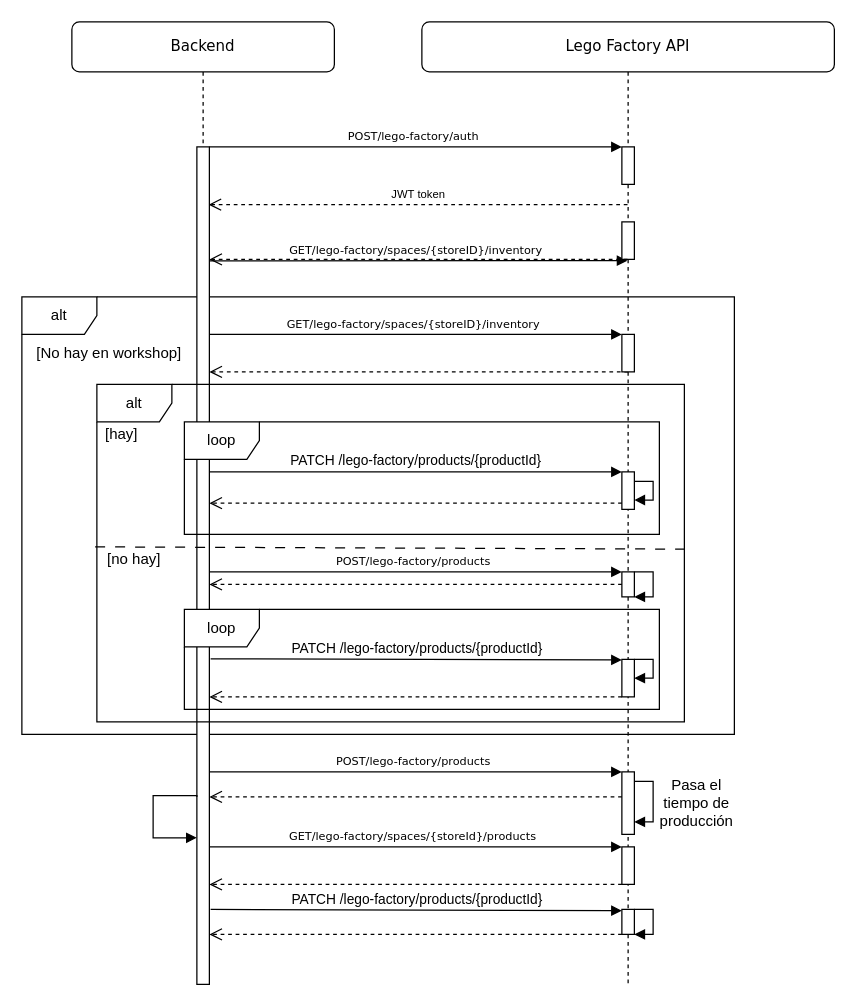
Above: Diagrama sin título.drawio in mariasofiawahl/tinteg (draw.io), before the change. Source tidied: cells renumbered, new cells numbered last; positions are measured from the earlier drawing's top-left corner, leaving out a move shared by most shapes. Both pictures are drawn from the tidied source at 125%, with x=0, y=0 at pixel (21, 21).
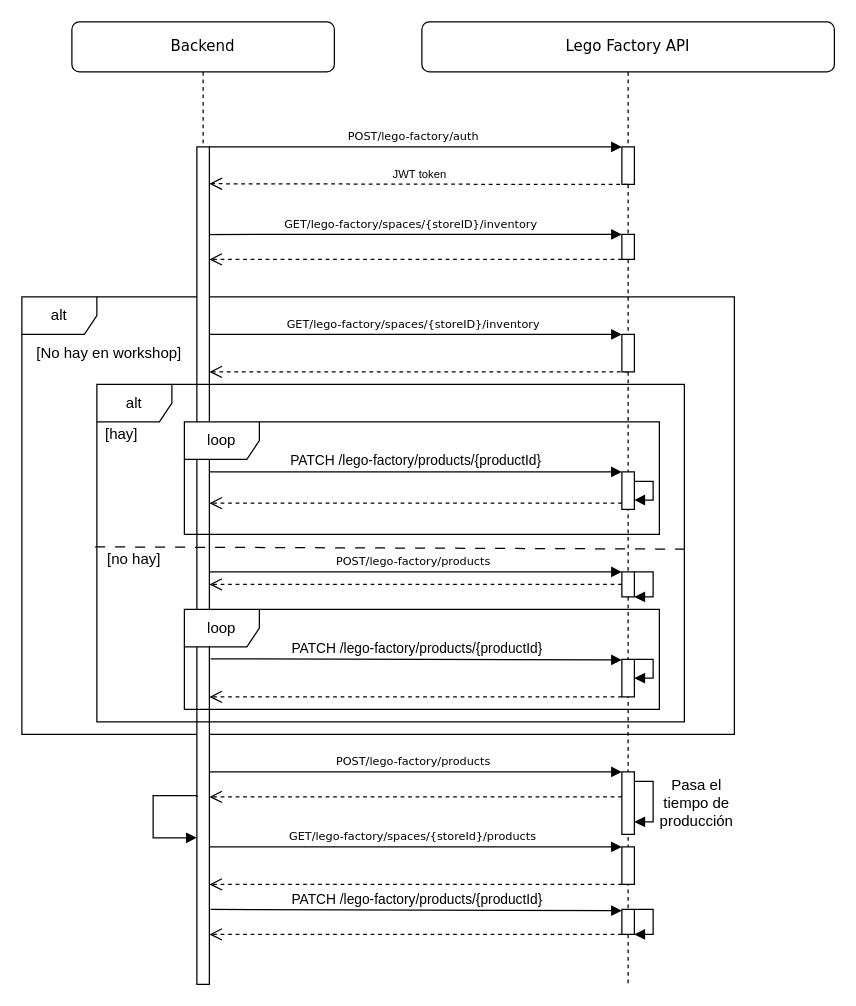
The same diagram, later.

The change refers to these unchanged cells:
```xml
<mxCell id="2" value="Lego Factory API" style="shape=umlLifeline;perimeter=lifelinePerimeter;whiteSpace=wrap;html=1;outlineConnect=0;rounded=1;shadow=0;comic=0;labelBackgroundColor=none;strokeWidth=1;fontFamily=Verdana;fontSize=12;align=center;" parent="1" vertex="1">
  <mxGeometry x="320" width="330" height="770" as="geometry" />
</mxCell>
<mxCell id="9" style="html=1;points=[];perimeter=orthogonalPerimeter;rounded=0;shadow=0;comic=0;labelBackgroundColor=none;strokeWidth=1;fontFamily=Verdana;fontSize=12;align=center;" parent="8" vertex="1">
  <mxGeometry x="100" y="100" width="10" height="670" as="geometry" />
</mxCell>
```

The edit, as a diff of the source:
```diff
@@
-    <mxCell id="4" value="JWT token" style="html=1;verticalAlign=bottom;endArrow=open;dashed=1;endSize=8;curved=0;rounded=0;entryX=0.935;entryY=0.069;entryDx=0;entryDy=0;entryPerimeter=0;fontSize=9;" parent="2" edge="1" source="2" target="9">
-      <mxGeometry relative="1" as="geometry" />
+    <mxCell id="4" value="JWT token" style="html=1;verticalAlign=bottom;endArrow=open;dashed=1;endSize=8;curved=0;rounded=0;entryX=1;entryY=0.044;entryDx=0;entryDy=0;entryPerimeter=0;fontSize=9;" parent="2" edge="1" source="2" target="9">
+      <mxGeometry relative="1" as="geometry">
+        <Array as="points">
+          <mxPoint x="90" y="130" />
+        </Array>
+      </mxGeometry>
     </mxCell>
-    <mxCell id="5" value="GET/lego-factory/spaces/{storeID}/inventory" style="html=1;verticalAlign=bottom;endArrow=block;labelBackgroundColor=none;fontFamily=Verdana;fontSize=9;edgeStyle=elbowEdgeStyle;elbow=vertical;exitX=0.927;exitY=0.136;exitDx=0;exitDy=0;exitPerimeter=0;" parent="2" edge="1" source="9" target="2">
-      <mxGeometry x="-0.01" relative="1" as="geometry" />
+    <mxCell id="5" value="GET/lego-factory/spaces/{storeID}/inventory" style="html=1;verticalAlign=bottom;endArrow=block;labelBackgroundColor=none;fontFamily=Verdana;fontSize=9;edgeStyle=elbowEdgeStyle;elbow=vertical;exitX=0.927;exitY=0.136;exitDx=0;exitDy=0;exitPerimeter=0;" parent="2" edge="1">
+      <mxGeometry x="-0.01" relative="1" as="geometry">
+        <mxPoint x="-175.2" y="170.1" as="sourcePoint" />
+        <mxPoint x="160" y="170" as="targetPoint" />
+      </mxGeometry>
     </mxCell>
     <mxCell id="6" style="html=1;perimeter=orthogonalPerimeter;rounded=0;shadow=0;comic=0;labelBackgroundColor=none;strokeWidth=1;fontFamily=Verdana;fontSize=12;align=center;" parent="2" vertex="1">
-      <mxGeometry x="160" y="160" width="10" height="30" as="geometry" />
+      <mxGeometry x="160" y="170" width="10" height="20" as="geometry" />
     </mxCell>
@@
-    <mxCell id="28" style="html=1;verticalAlign=bottom;endArrow=open;dashed=1;endSize=8;curved=0;rounded=0;entryX=0.935;entryY=0.069;entryDx=0;entryDy=0;entryPerimeter=0;fontSize=9;" parent="1" edge="1" source="2">
+    <mxCell id="28" style="html=1;verticalAlign=bottom;endArrow=open;dashed=1;endSize=8;curved=0;rounded=0;fontSize=9;" parent="2" edge="1">
       <mxGeometry relative="1" as="geometry">
-        <mxPoint x="150" y="190" as="targetPoint" />
+        <mxPoint x="160" y="190" as="sourcePoint" />
+        <mxPoint x="-170" y="190" as="targetPoint" />
       </mxGeometry>
     </mxCell>
```
